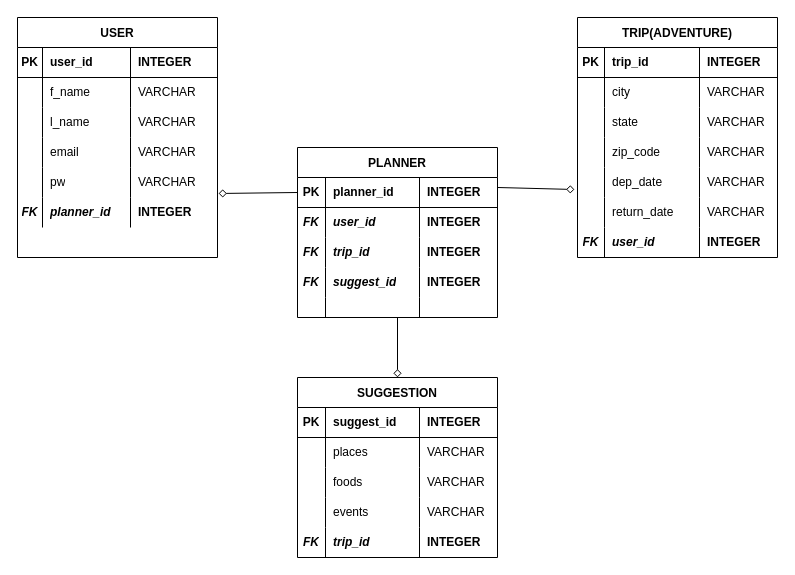
Earlier version of the draw.io diagram Untitled Diagram.drawio (bellahoang9/tourtoro). Source tidied: cells renumbered, new cells numbered last; positions are measured from the earlier drawing's top-left corner, leaving out a move shared by most shapes. Both pictures are drawn from the tidied source at 100%, with x=0, y=0 at pixel (17, 17).
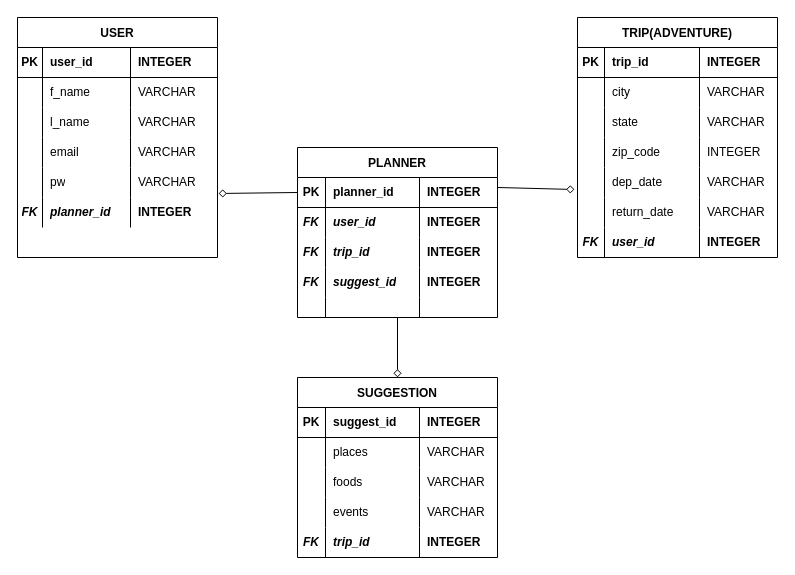
The same page after the edit.

Unchanged cells that the change refers to:
```xml
<mxCell id="40" style="shape=partialRectangle;html=1;whiteSpace=wrap;fillColor=none;top=0;left=0;bottom=0;right=0;" parent="27" vertex="1">
  <mxGeometry y="120" width="200" height="30" as="geometry" />
</mxCell>
```

What changed in the source:
```diff
@@
-    <mxCell id="43" value="VARCHAR" style="shape=partialRectangle;html=1;whiteSpace=wrap;fillColor=none;top=0;left=0;bottom=0;right=0;align=left;spacingLeft=6;overflow=hidden;" parent="40" vertex="1">
+    <mxCell id="43" value="INTEGER" style="shape=partialRectangle;html=1;whiteSpace=wrap;fillColor=none;top=0;left=0;bottom=0;right=0;align=left;spacingLeft=6;overflow=hidden;" parent="40" vertex="1">
       <mxGeometry x="122" width="78" height="30" as="geometry" />
     </mxCell>
```
